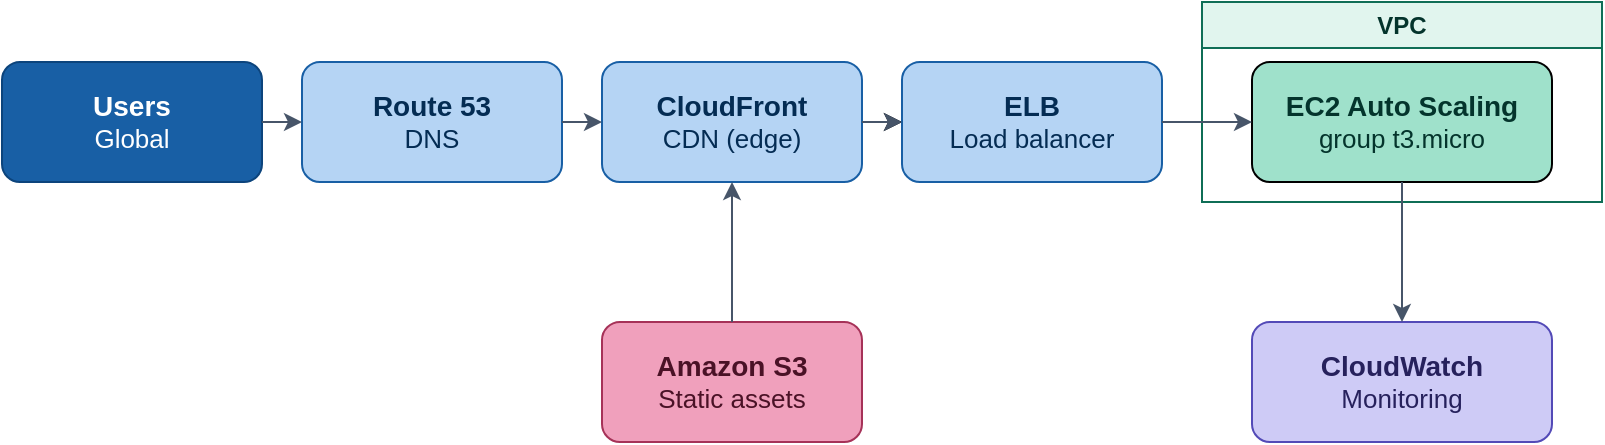
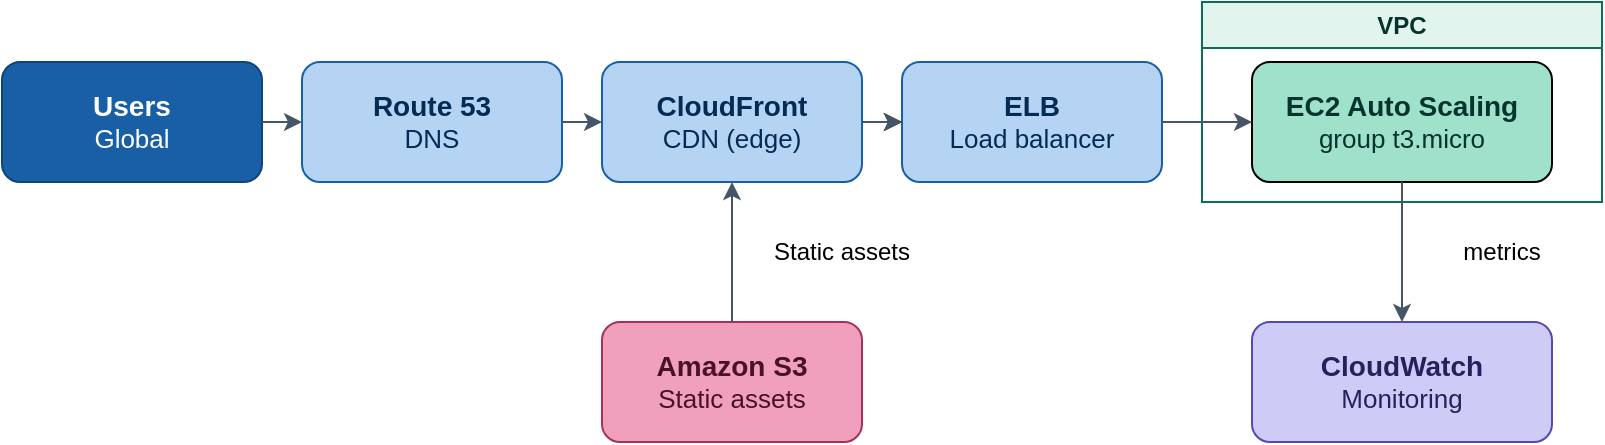
<mxfile host="app.diagrams.net">
  <diagram name="Page-1" id="qIo0-vvSRd3SQ2zAkJ58">
    <mxGraphModel dx="1174" dy="635" grid="1" gridSize="10" guides="1" tooltips="1" connect="1" arrows="1" fold="1" page="1" pageScale="1" pageWidth="850" pageHeight="1100" math="0" shadow="0">
      <root>
        <mxCell id="0" />
        <mxCell id="1" parent="0" />
        <mxCell id="vrJfMla7yYMSqkZjpk2f-6" parent="1" style="rounded=1;whiteSpace=wrap;html=1;fillColor=#B5D4F4;strokeColor=#185FA5;fontColor=#042C53;" value="&lt;div&gt;&lt;font style=&quot;font-size: 14px;&quot;&gt;&lt;b&gt;Route 53&lt;/b&gt;&lt;/font&gt;&lt;/div&gt;&lt;div&gt;&lt;font style=&quot;font-size: 13px;&quot;&gt;DNS&lt;/font&gt;&lt;/div&gt;" vertex="1">
          <mxGeometry height="60" width="130" x="180" y="290" as="geometry" />
        </mxCell>
        <mxCell id="vrJfMla7yYMSqkZjpk2f-21" edge="1" parent="1" source="vrJfMla7yYMSqkZjpk2f-7" style="edgeStyle=orthogonalEdgeStyle;rounded=0;orthogonalLoop=1;jettySize=auto;html=1;" target="vrJfMla7yYMSqkZjpk2f-8" value="">
          <mxGeometry relative="1" as="geometry" />
        </mxCell>
        <mxCell id="vrJfMla7yYMSqkZjpk2f-7" parent="1" style="rounded=1;whiteSpace=wrap;html=1;fillColor=#B5D4F4;strokeColor=#185FA5;fontColor=#042C53;" value="&lt;div&gt;&lt;b&gt;&lt;font style=&quot;font-size: 14px;&quot;&gt;CloudFront&lt;/font&gt;&lt;/b&gt;&lt;/div&gt;&lt;div&gt;&lt;font style=&quot;font-size: 13px;&quot;&gt;CDN (edge)&lt;/font&gt;&lt;/div&gt;" vertex="1">
          <mxGeometry height="60" width="130" x="330" y="290" as="geometry" />
        </mxCell>
        <mxCell id="vrJfMla7yYMSqkZjpk2f-8" parent="1" style="rounded=1;whiteSpace=wrap;html=1;fillColor=#B5D4F4;strokeColor=#185FA5;fontColor=#042C53;" value="&lt;div&gt;&lt;font style=&quot;font-size: 14px;&quot;&gt;&lt;b&gt;ELB&lt;/b&gt;&lt;/font&gt;&lt;/div&gt;&lt;div&gt;&lt;font style=&quot;font-size: 13px;&quot;&gt;Load balancer&lt;/font&gt;&lt;/div&gt;" vertex="1">
          <mxGeometry height="60" width="130" x="480" y="290" as="geometry" />
        </mxCell>
        <mxCell id="vrJfMla7yYMSqkZjpk2f-9" parent="1" style="rounded=1;whiteSpace=wrap;html=1;fillColor=#185FA5;strokeColor=#0C447C;fontColor=#FFFFFF;" value="&lt;div&gt;&lt;b&gt;&lt;font style=&quot;font-size: 14px;&quot;&gt;Users&lt;/font&gt;&lt;/b&gt;&lt;/div&gt;&lt;div&gt;&lt;font style=&quot;font-size: 13px;&quot;&gt;Global&lt;/font&gt;&lt;/div&gt;" vertex="1">
          <mxGeometry height="60" width="130" x="30" y="290" as="geometry" />
        </mxCell>
        <mxCell id="vrJfMla7yYMSqkZjpk2f-11" parent="1" style="swimlane;whiteSpace=wrap;html=1;fillColor=#E1F5EE;strokeColor=#0F6E56;fontColor=#04342C;" value="VPC" vertex="1">
          <mxGeometry height="100" width="200" x="630" y="260" as="geometry">
            <mxRectangle height="30" width="140" x="190" y="380" as="alternateBounds" />
          </mxGeometry>
        </mxCell>
        <mxCell id="vrJfMla7yYMSqkZjpk2f-12" parent="vrJfMla7yYMSqkZjpk2f-11" style="rounded=1;whiteSpace=wrap;html=1;fillColor=#9FE1CB;fontColor=#04342C;" value="&lt;div&gt;&lt;b&gt;&lt;font style=&quot;font-size: 14px;&quot;&gt;EC2 Auto Scaling&lt;/font&gt;&lt;/b&gt;&lt;/div&gt;&lt;div&gt;&lt;font style=&quot;font-size: 13px;&quot;&gt;group t3.micro&lt;/font&gt;&lt;/div&gt;" vertex="1">
          <mxGeometry height="60" width="150" x="25" y="30" as="geometry" />
        </mxCell>
        <mxCell id="vrJfMla7yYMSqkZjpk2f-13" parent="1" style="rounded=1;whiteSpace=wrap;html=1;fillColor=#F0A0BC;fontColor=#4A1226;strokeColor=#A63258;" value="&lt;div&gt;&lt;b&gt;&lt;font style=&quot;font-size: 14px;&quot;&gt;Amazon S3&lt;/font&gt;&lt;/b&gt;&lt;/div&gt;&lt;div&gt;&lt;font style=&quot;font-size: 13px;&quot;&gt;Static assets&lt;/font&gt;&lt;/div&gt;" vertex="1">
          <mxGeometry height="60" width="130" x="330" y="420" as="geometry" />
        </mxCell>
        <mxCell id="vrJfMla7yYMSqkZjpk2f-14" parent="1" style="rounded=1;whiteSpace=wrap;html=1;fillColor=#CECBF6;strokeColor=#534AB7;fontColor=#26215C;" value="&lt;div&gt;&lt;b&gt;&lt;font style=&quot;font-size: 14px;&quot;&gt;CloudWatch&lt;/font&gt;&lt;/b&gt;&lt;/div&gt;&lt;div&gt;&lt;font style=&quot;font-size: 13px;&quot;&gt;Monitoring&lt;/font&gt;&lt;/div&gt;" vertex="1">
          <mxGeometry height="60" width="150" x="655" y="420" as="geometry" />
        </mxCell>
        <mxCell id="vrJfMla7yYMSqkZjpk2f-15" edge="1" parent="1" source="vrJfMla7yYMSqkZjpk2f-12" style="endArrow=classic;html=1;rounded=0;exitX=0.5;exitY=1;exitDx=0;exitDy=0;entryX=0.5;entryY=0;entryDx=0;entryDy=0;strokeColor=#475569;" target="vrJfMla7yYMSqkZjpk2f-14" value="">
          <mxGeometry height="50" relative="1" width="50" as="geometry">
            <mxPoint x="590" y="410" as="sourcePoint" />
            <mxPoint x="640" y="360" as="targetPoint" />
          </mxGeometry>
        </mxCell>
        <mxCell id="vrJfMla7yYMSqkZjpk2f-16" edge="1" parent="1" source="vrJfMla7yYMSqkZjpk2f-8" style="endArrow=classic;html=1;rounded=0;exitX=1;exitY=0.5;exitDx=0;exitDy=0;entryX=0;entryY=0.5;entryDx=0;entryDy=0;strokeColor=#475569;" target="vrJfMla7yYMSqkZjpk2f-12" value="">
          <mxGeometry height="50" relative="1" width="50" as="geometry">
            <mxPoint x="480" y="380" as="sourcePoint" />
            <mxPoint x="480" y="450" as="targetPoint" />
          </mxGeometry>
        </mxCell>
        <mxCell id="vrJfMla7yYMSqkZjpk2f-17" edge="1" parent="1" source="vrJfMla7yYMSqkZjpk2f-7" style="endArrow=classic;html=1;rounded=0;exitX=1;exitY=0.5;exitDx=0;exitDy=0;entryX=0;entryY=0.5;entryDx=0;entryDy=0;strokeColor=#475569;" target="vrJfMla7yYMSqkZjpk2f-8" value="">
          <mxGeometry height="50" relative="1" width="50" as="geometry">
            <mxPoint x="510" y="390" as="sourcePoint" />
            <mxPoint x="510" y="460" as="targetPoint" />
          </mxGeometry>
        </mxCell>
        <mxCell id="vrJfMla7yYMSqkZjpk2f-18" edge="1" parent="1" source="vrJfMla7yYMSqkZjpk2f-6" style="endArrow=classic;html=1;rounded=0;exitX=1;exitY=0.5;exitDx=0;exitDy=0;entryX=0;entryY=0.5;entryDx=0;entryDy=0;strokeColor=#475569;" target="vrJfMla7yYMSqkZjpk2f-7" value="">
          <mxGeometry height="50" relative="1" width="50" as="geometry">
            <mxPoint x="300" y="390" as="sourcePoint" />
            <mxPoint x="360" y="390" as="targetPoint" />
          </mxGeometry>
        </mxCell>
        <mxCell id="vrJfMla7yYMSqkZjpk2f-19" edge="1" parent="1" source="vrJfMla7yYMSqkZjpk2f-9" style="endArrow=classic;html=1;rounded=0;exitX=1;exitY=0.5;exitDx=0;exitDy=0;entryX=0;entryY=0.5;entryDx=0;entryDy=0;strokeColor=#475569;" target="vrJfMla7yYMSqkZjpk2f-6" value="">
          <mxGeometry height="50" relative="1" width="50" as="geometry">
            <mxPoint x="250" y="390" as="sourcePoint" />
            <mxPoint x="270" y="390" as="targetPoint" />
          </mxGeometry>
        </mxCell>
        <mxCell id="vrJfMla7yYMSqkZjpk2f-20" edge="1" parent="1" source="vrJfMla7yYMSqkZjpk2f-13" style="endArrow=classic;html=1;rounded=0;exitX=0.5;exitY=0;exitDx=0;exitDy=0;entryX=0.5;entryY=1;entryDx=0;entryDy=0;strokeColor=#475569;" target="vrJfMla7yYMSqkZjpk2f-7" value="">
          <mxGeometry height="50" relative="1" width="50" as="geometry">
            <mxPoint x="500" y="380" as="sourcePoint" />
            <mxPoint x="500" y="450" as="targetPoint" />
          </mxGeometry>
        </mxCell>
+         <mxCell id="vrJfMla7yYMSqkZjpk2f-22" parent="1" style="text;html=1;whiteSpace=wrap;strokeColor=none;fillColor=none;align=center;verticalAlign=middle;rounded=0;" value="Static assets" vertex="1">
+           <mxGeometry height="30" width="100" x="400" y="370" as="geometry" />
+         </mxCell>
+         <mxCell id="vrJfMla7yYMSqkZjpk2f-23" parent="1" style="text;html=1;whiteSpace=wrap;strokeColor=none;fillColor=none;align=center;verticalAlign=middle;rounded=0;" value="metrics" vertex="1">
+           <mxGeometry height="30" width="100" x="730" y="370" as="geometry" />
+         </mxCell>
      </root>
    </mxGraphModel>
  </diagram>
</mxfile>
